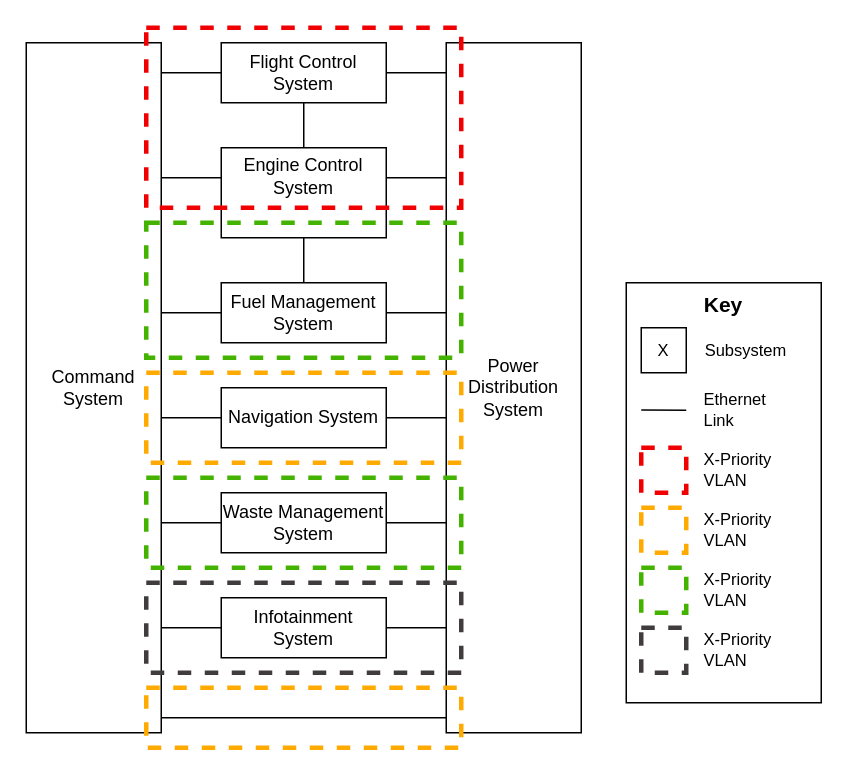
Laura7089/hint-assessment1 keeps this draw.io diagram as src/tsn_example.drawio. Above is the earlier version. Source tidied: cells renumbered, new cells numbered last; positions are measured from the earlier drawing's top-left corner, leaving out a move shared by most shapes. Both pictures are drawn from the tidied source at 150%, with x=0, y=0 at pixel (26, 27).
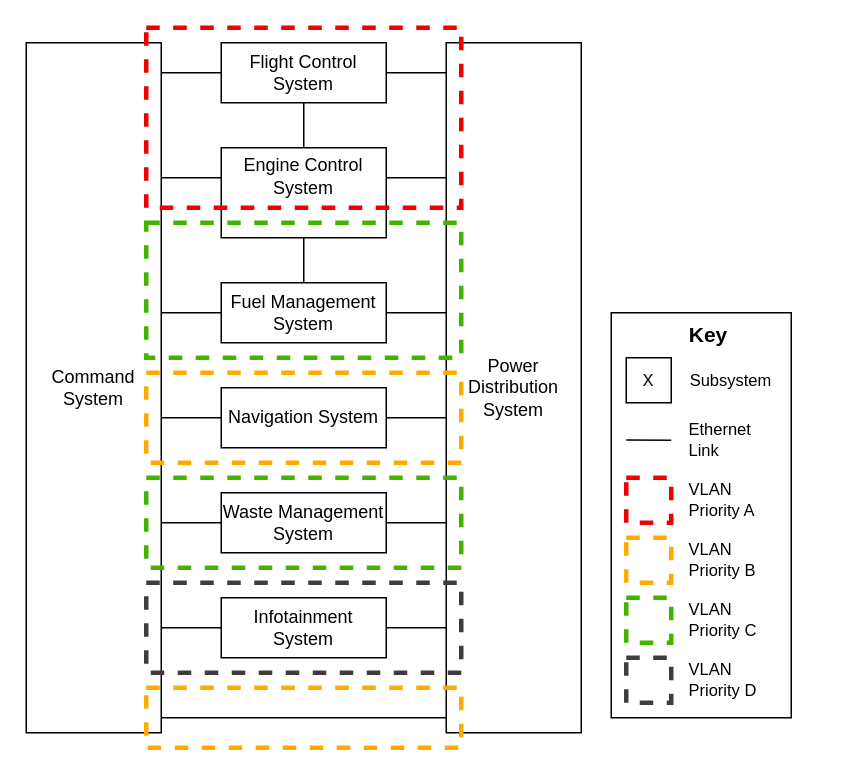
The same page after the edit.

Diff of the diagram source:
```diff
@@
-    <mxCell id="33" style="group;" parent="1" vertex="1">
-      <mxGeometry x="400" y="170" width="130" height="280" as="geometry" />
-    </mxCell>
-    <mxCell id="34" style="whiteSpace=wrap;html=1;fontFamily=Helvetica;fontSize=11;fontColor=default;" parent="33" vertex="1">
-      <mxGeometry width="130" height="280" as="geometry" />
+    <mxCell id="34" style="whiteSpace=wrap;html=1;fontFamily=Helvetica;fontSize=11;fontColor=default;" parent="1" vertex="1">
+      <mxGeometry x="390" y="190" width="120" height="270" as="geometry" />
     </mxCell>
-    <mxCell id="35" value="&lt;b&gt;&lt;font style=&quot;font-size: 14px;&quot;&gt;Key&lt;/font&gt;&lt;/b&gt;" style="text;strokeColor=none;align=center;fillColor=none;html=1;verticalAlign=middle;whiteSpace=wrap;rounded=0;fontSize=11;fontFamily=Helvetica;fontColor=default;" parent="33" vertex="1">
-      <mxGeometry x="35" width="60" height="30" as="geometry" />
+    <mxCell id="35" value="&lt;b&gt;&lt;font style=&quot;font-size: 14px;&quot;&gt;Key&lt;/font&gt;&lt;/b&gt;" style="text;strokeColor=none;align=center;fillColor=none;html=1;verticalAlign=middle;whiteSpace=wrap;rounded=0;fontSize=11;fontFamily=Helvetica;fontColor=default;" parent="1" vertex="1">
+      <mxGeometry x="425" y="190" width="60" height="30" as="geometry" />
     </mxCell>
-    <mxCell id="36" style="group;" parent="33" vertex="1">
-      <mxGeometry x="10" y="30" width="100" height="30" as="geometry" />
+    <mxCell id="36" style="group;" parent="1" vertex="1">
+      <mxGeometry x="400" y="220" width="100" height="30" as="geometry" />
     </mxCell>
@@
-    <mxCell id="39" style="group;" parent="33" vertex="1">
-      <mxGeometry x="10" y="70" width="100" height="30" as="geometry" />
+    <mxCell id="39" style="group;" parent="1" vertex="1">
+      <mxGeometry x="400" y="260" width="100" height="30" as="geometry" />
     </mxCell>
@@
-    <mxCell id="43" style="rounded=0;whiteSpace=wrap;html=1;fillColor=none;fontColor=#ffffff;strokeColor=#44B300;dashed=1;strokeWidth=3;" parent="33" vertex="1">
-      <mxGeometry x="10" y="190" width="30" height="30" as="geometry" />
+    <mxCell id="43" style="rounded=0;whiteSpace=wrap;html=1;fillColor=none;fontColor=#ffffff;strokeColor=#44B300;dashed=1;strokeWidth=3;" parent="1" vertex="1">
+      <mxGeometry x="400" y="380" width="30" height="30" as="geometry" />
     </mxCell>
-    <mxCell id="44" style="rounded=0;whiteSpace=wrap;html=1;fillColor=none;fontColor=#ffffff;strokeColor=#FFAA00;dashed=1;strokeWidth=3;" parent="33" vertex="1">
-      <mxGeometry x="10" y="150" width="30" height="30" as="geometry" />
+    <mxCell id="44" style="rounded=0;whiteSpace=wrap;html=1;fillColor=none;fontColor=#ffffff;strokeColor=#FFAA00;dashed=1;strokeWidth=3;" parent="1" vertex="1">
+      <mxGeometry x="400" y="340" width="30" height="30" as="geometry" />
     </mxCell>
-    <mxCell id="45" style="rounded=0;whiteSpace=wrap;html=1;fillColor=none;fontColor=#ffffff;strokeColor=#F00000;dashed=1;strokeWidth=3;" parent="33" vertex="1">
-      <mxGeometry x="10" y="110" width="30" height="30" as="geometry" />
+    <mxCell id="45" style="rounded=0;whiteSpace=wrap;html=1;fillColor=none;fontColor=#ffffff;strokeColor=#F00000;dashed=1;strokeWidth=3;" parent="1" vertex="1">
+      <mxGeometry x="400" y="300" width="30" height="30" as="geometry" />
     </mxCell>
-    <mxCell id="46" style="rounded=0;whiteSpace=wrap;html=1;fillColor=none;fontColor=#ffffff;strokeColor=#403C3D;dashed=1;strokeWidth=3;" parent="33" vertex="1">
-      <mxGeometry x="10" y="230" width="30" height="30" as="geometry" />
+    <mxCell id="46" style="rounded=0;whiteSpace=wrap;html=1;fillColor=none;fontColor=#ffffff;strokeColor=#403C3D;dashed=1;strokeWidth=3;" parent="1" vertex="1">
+      <mxGeometry x="400" y="420" width="30" height="30" as="geometry" />
     </mxCell>
-    <mxCell id="47" value="X-Priority VLAN" style="text;strokeColor=none;align=left;fillColor=none;html=1;verticalAlign=middle;whiteSpace=wrap;rounded=0;fontSize=11;fontFamily=Helvetica;fontColor=default;" parent="33" vertex="1">
-      <mxGeometry x="50" y="110" width="60" height="30" as="geometry" />
+    <mxCell id="47" value="VLAN Priority A" style="text;strokeColor=none;align=left;fillColor=none;html=1;verticalAlign=middle;whiteSpace=wrap;rounded=0;fontSize=11;fontFamily=Helvetica;fontColor=default;" parent="1" vertex="1">
+      <mxGeometry x="440" y="300" width="60" height="30" as="geometry" />
     </mxCell>
-    <mxCell id="48" value="X-Priority VLAN" style="text;strokeColor=none;align=left;fillColor=none;html=1;verticalAlign=middle;whiteSpace=wrap;rounded=0;fontSize=11;fontFamily=Helvetica;fontColor=default;" parent="33" vertex="1">
-      <mxGeometry x="50" y="150" width="60" height="30" as="geometry" />
+    <mxCell id="48" value="VLAN Priority B" style="text;strokeColor=none;align=left;fillColor=none;html=1;verticalAlign=middle;whiteSpace=wrap;rounded=0;fontSize=11;fontFamily=Helvetica;fontColor=default;" parent="1" vertex="1">
+      <mxGeometry x="440" y="340" width="60" height="30" as="geometry" />
     </mxCell>
-    <mxCell id="49" value="X-Priority VLAN" style="text;strokeColor=none;align=left;fillColor=none;html=1;verticalAlign=middle;whiteSpace=wrap;rounded=0;fontSize=11;fontFamily=Helvetica;fontColor=default;" parent="33" vertex="1">
-      <mxGeometry x="50" y="190" width="60" height="30" as="geometry" />
+    <mxCell id="49" value="VLAN Priority C" style="text;strokeColor=none;align=left;fillColor=none;html=1;verticalAlign=middle;whiteSpace=wrap;rounded=0;fontSize=11;fontFamily=Helvetica;fontColor=default;" parent="1" vertex="1">
+      <mxGeometry x="440" y="380" width="60" height="30" as="geometry" />
     </mxCell>
-    <mxCell id="50" value="X-Priority VLAN" style="text;strokeColor=none;align=left;fillColor=none;html=1;verticalAlign=middle;whiteSpace=wrap;rounded=0;fontSize=11;fontFamily=Helvetica;fontColor=default;" parent="33" vertex="1">
-      <mxGeometry x="50" y="230" width="60" height="30" as="geometry" />
+    <mxCell id="50" value="VLAN Priority D" style="text;strokeColor=none;align=left;fillColor=none;html=1;verticalAlign=middle;whiteSpace=wrap;rounded=0;fontSize=11;fontFamily=Helvetica;fontColor=default;" parent="1" vertex="1">
+      <mxGeometry x="440" y="420" width="60" height="30" as="geometry" />
     </mxCell>
```
